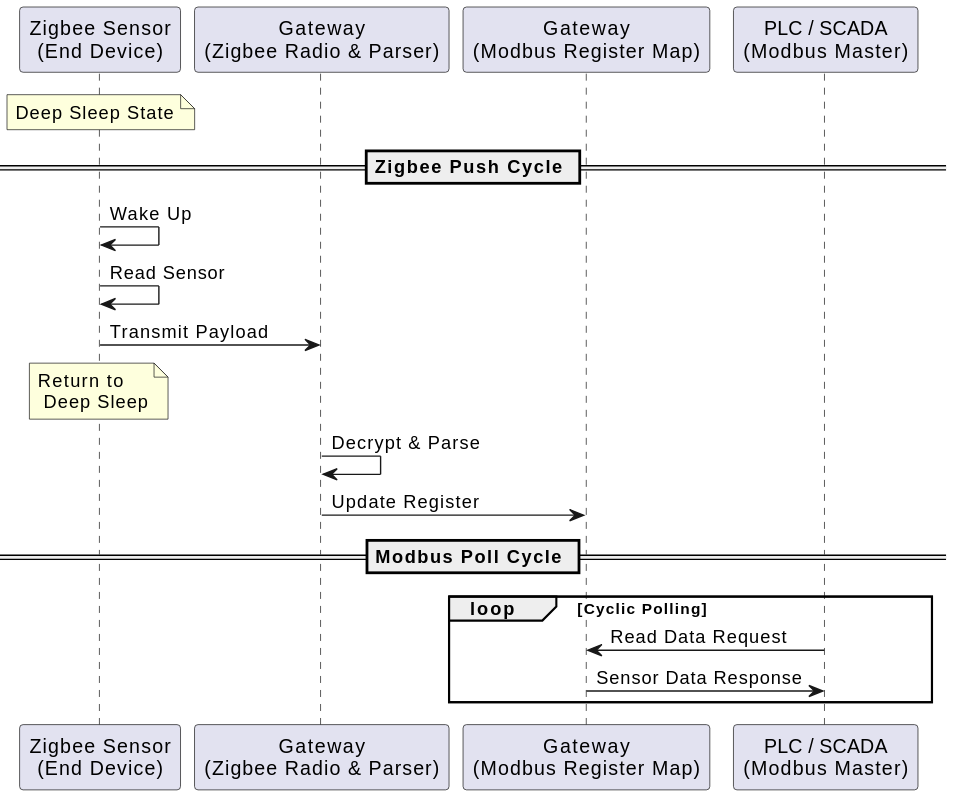
The PlantUML diagram Docs/Diagram_out/System_Architecture.svg in George-IRR/ZigBee-Gateway_nRF52840-DK, before a commit. The source it was exported from:
```plantuml
@startuml
participant "Zigbee Sensor\n(End Device)" as Sensor
participant "Gateway\n(Zigbee Radio & Parser)" as GW_Z
participant "Gateway\n(Modbus Register Map)" as GW_M
participant "PLC / SCADA\n(Modbus Master)" as PLC

note over Sensor: Deep Sleep State

== Zigbee Push Cycle ==
Sensor -> Sensor: Wake Up
Sensor -> Sensor: Read Sensor
Sensor -> GW_Z: Transmit Payload
note over Sensor: Return to \n Deep Sleep

GW_Z -> GW_Z: Decrypt & Parse
GW_Z -> GW_M: Update Register

== Modbus Poll Cycle ==
loop Cyclic Polling
    PLC -> GW_M: Read Data Request
    GW_M -> PLC: Sensor Data Response
end
@enduml
```
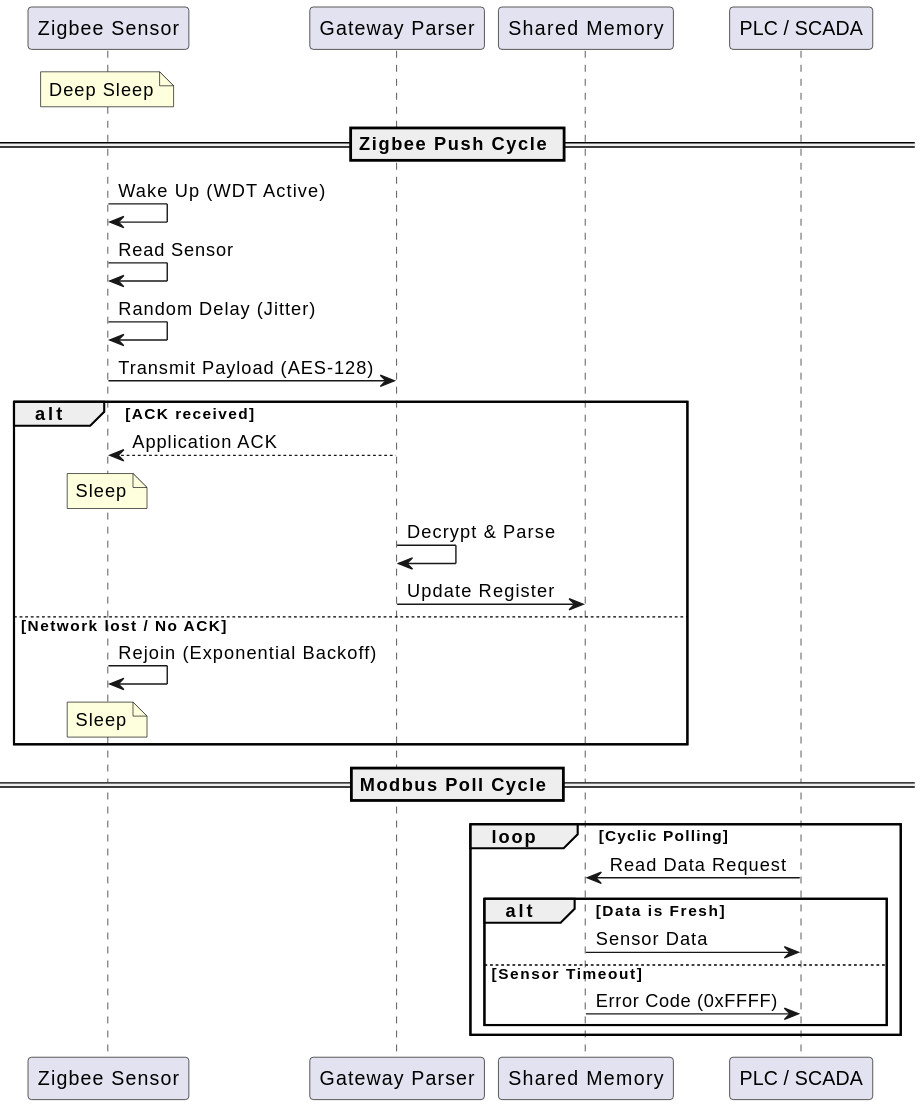
Later version of the same file.

Diff of the diagram source:
```diff
@@ -1,23 +1,34 @@
 @startuml
-participant "Zigbee Sensor\n(End Device)" as Sensor
-participant "Gateway\n(Zigbee Radio & Parser)" as GW_Z
-participant "Gateway\n(Modbus Register Map)" as GW_M
-participant "PLC / SCADA\n(Modbus Master)" as PLC
+participant "Zigbee Sensor" as Sensor
+participant "Gateway Parser" as GW_Z
+participant "Shared Memory" as GW_M
+participant "PLC / SCADA" as PLC
 
-note over Sensor: Deep Sleep State
+note over Sensor: Deep Sleep
 
 == Zigbee Push Cycle ==
-Sensor -> Sensor: Wake Up
+Sensor -> Sensor: Wake Up (WDT Active)
 Sensor -> Sensor: Read Sensor
-Sensor -> GW_Z: Transmit Payload
-note over Sensor: Return to \n Deep Sleep
+Sensor -> Sensor: Random Delay (Jitter)
+Sensor -> GW_Z: Transmit Payload (AES-128)
 
-GW_Z -> GW_Z: Decrypt & Parse
-GW_Z -> GW_M: Update Register
+alt ACK received
+    GW_Z --> Sensor: Application ACK
+    note over Sensor: Sleep
+    GW_Z -> GW_Z: Decrypt & Parse
+    GW_Z -> GW_M: Update Register
+else Network lost / No ACK
+    Sensor -> Sensor: Rejoin (Exponential Backoff)
+    note over Sensor: Sleep
+end
 
 == Modbus Poll Cycle ==
 loop Cyclic Polling
     PLC -> GW_M: Read Data Request
-    GW_M -> PLC: Sensor Data Response
+    alt Data is Fresh
+        GW_M -> PLC: Sensor Data
+    else Sensor Timeout
+        GW_M -> PLC: Error Code (0xFFFF)
+    end
 end
 @enduml
```
